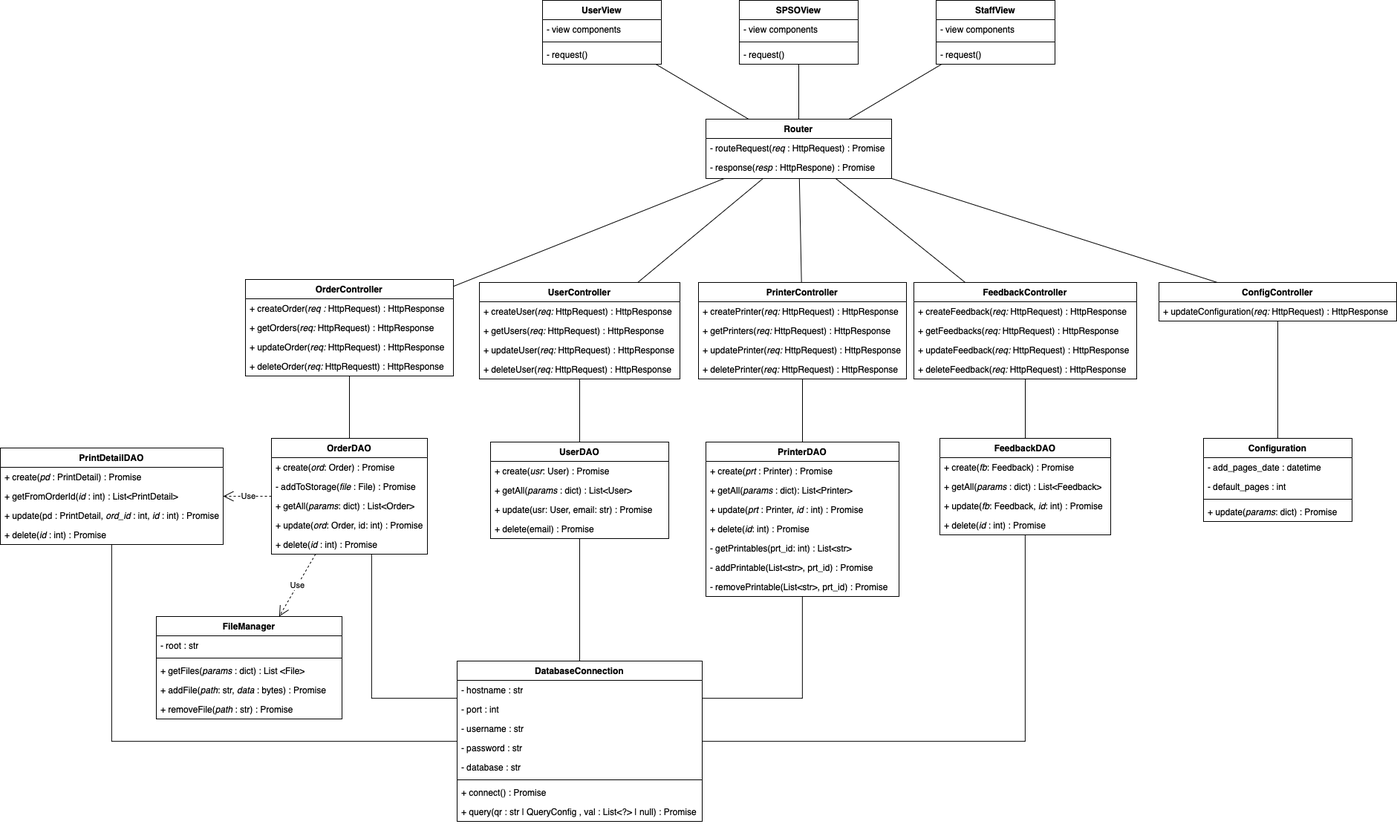
The draw.io diagram implementation-classes.drawio.png in blueonline07/test-somth, before a commit. Source tidied: cells renumbered, new cells last; positions are measured from the earlier drawing's top-left corner, leaving out a move shared by most shapes.
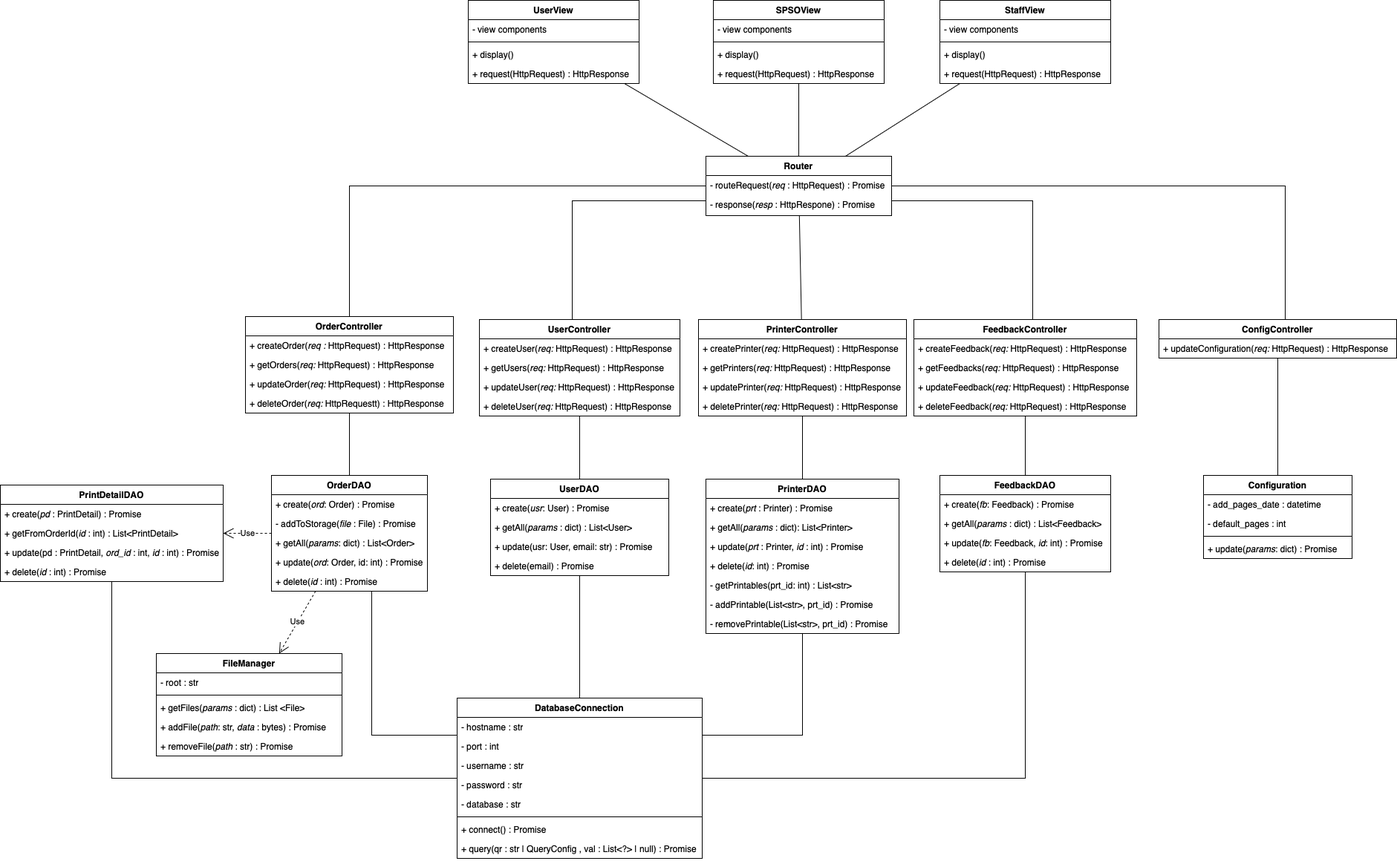
Above is the later version.

What changed in the source:
```diff
@@ -114,40 +114,49 @@
       <mxGeometry y="52" width="250" height="28" as="geometry" />
     </mxCell>
     <mxCell id="39" value="UserView" style="swimlane;fontStyle=1;align=center;verticalAlign=top;horizontal=1;startSize=26;whiteSpace=wrap;html=1;" parent="1" vertex="1">
-      <mxGeometry x="730" width="160" height="86" as="geometry" />
+      <mxGeometry x="630" y="-50" width="230" height="112" as="geometry" />
     </mxCell>
     <mxCell id="40" value="- view components" style="text;strokeColor=none;fillColor=none;align=left;verticalAlign=top;spacingLeft=4;spacingRight=4;overflow=hidden;whiteSpace=wrap;html=1;" parent="39" vertex="1">
-      <mxGeometry y="26" width="160" height="26" as="geometry" />
+      <mxGeometry y="26" width="230" height="26" as="geometry" />
     </mxCell>
     <mxCell id="41" style="line;strokeWidth=1;fillColor=none;align=left;verticalAlign=middle;spacingTop=-1;spacingLeft=3;spacingRight=3;labelPosition=right;strokeColor=inherit;" parent="39" vertex="1">
-      <mxGeometry y="52" width="160" height="8" as="geometry" />
+      <mxGeometry y="52" width="230" height="8" as="geometry" />
     </mxCell>
+    <mxCell id="108" value="+ display()" style="text;strokeColor=none;fillColor=none;align=left;verticalAlign=top;spacingLeft=4;spacingRight=4;overflow=hidden;whiteSpace=wrap;html=1;" parent="39" vertex="1">
+      <mxGeometry y="60" width="230" height="26" as="geometry" />
+    </mxCell>
-    <mxCell id="42" value="- request()" style="text;strokeColor=none;fillColor=none;align=left;verticalAlign=top;spacingLeft=4;spacingRight=4;overflow=hidden;whiteSpace=wrap;html=1;" parent="39" vertex="1">
-      <mxGeometry y="60" width="160" height="26" as="geometry" />
+    <mxCell id="42" value="+ request(HttpRequest) : HttpResponse" style="text;strokeColor=none;fillColor=none;align=left;verticalAlign=top;spacingLeft=4;spacingRight=4;overflow=hidden;whiteSpace=wrap;html=1;" parent="39" vertex="1">
+      <mxGeometry y="86" width="230" height="26" as="geometry" />
     </mxCell>
     <mxCell id="43" value="SPSOView" style="swimlane;fontStyle=1;align=center;verticalAlign=top;horizontal=1;startSize=26;whiteSpace=wrap;html=1;" parent="1" vertex="1">
-      <mxGeometry x="995" width="160" height="86" as="geometry" />
+      <mxGeometry x="960" y="-50" width="230" height="112" as="geometry" />
     </mxCell>
     <mxCell id="44" value="- view components" style="text;strokeColor=none;fillColor=none;align=left;verticalAlign=top;spacingLeft=4;spacingRight=4;overflow=hidden;whiteSpace=wrap;html=1;" parent="43" vertex="1">
-      <mxGeometry y="26" width="160" height="26" as="geometry" />
+      <mxGeometry y="26" width="230" height="26" as="geometry" />
     </mxCell>
     <mxCell id="45" style="line;strokeWidth=1;fillColor=none;align=left;verticalAlign=middle;spacingTop=-1;spacingLeft=3;spacingRight=3;labelPosition=right;strokeColor=inherit;" parent="43" vertex="1">
-      <mxGeometry y="52" width="160" height="8" as="geometry" />
+      <mxGeometry y="52" width="230" height="8" as="geometry" />
     </mxCell>
+    <mxCell id="109" value="+ display()" style="text;strokeColor=none;fillColor=none;align=left;verticalAlign=top;spacingLeft=4;spacingRight=4;overflow=hidden;whiteSpace=wrap;html=1;" parent="43" vertex="1">
+      <mxGeometry y="60" width="230" height="26" as="geometry" />
+    </mxCell>
-    <mxCell id="46" value="- request()" style="text;strokeColor=none;fillColor=none;align=left;verticalAlign=top;spacingLeft=4;spacingRight=4;overflow=hidden;whiteSpace=wrap;html=1;" parent="43" vertex="1">
-      <mxGeometry y="60" width="160" height="26" as="geometry" />
+    <mxCell id="46" value="+ request(HttpRequest) : HttpResponse" style="text;strokeColor=none;fillColor=none;align=left;verticalAlign=top;spacingLeft=4;spacingRight=4;overflow=hidden;whiteSpace=wrap;html=1;" parent="43" vertex="1">
+      <mxGeometry y="86" width="230" height="26" as="geometry" />
     </mxCell>
     <mxCell id="47" value="StaffView" style="swimlane;fontStyle=1;align=center;verticalAlign=top;horizontal=1;startSize=26;whiteSpace=wrap;html=1;" parent="1" vertex="1">
-      <mxGeometry x="1260" width="160" height="86" as="geometry" />
+      <mxGeometry x="1265" y="-50" width="230" height="112" as="geometry" />
     </mxCell>
     <mxCell id="48" value="- view components" style="text;strokeColor=none;fillColor=none;align=left;verticalAlign=top;spacingLeft=4;spacingRight=4;overflow=hidden;whiteSpace=wrap;html=1;" parent="47" vertex="1">
-      <mxGeometry y="26" width="160" height="26" as="geometry" />
+      <mxGeometry y="26" width="230" height="26" as="geometry" />
     </mxCell>
     <mxCell id="49" style="line;strokeWidth=1;fillColor=none;align=left;verticalAlign=middle;spacingTop=-1;spacingLeft=3;spacingRight=3;labelPosition=right;strokeColor=inherit;" parent="47" vertex="1">
-      <mxGeometry y="52" width="160" height="8" as="geometry" />
+      <mxGeometry y="52" width="230" height="8" as="geometry" />
     </mxCell>
+    <mxCell id="110" value="+ display()" style="text;strokeColor=none;fillColor=none;align=left;verticalAlign=top;spacingLeft=4;spacingRight=4;overflow=hidden;whiteSpace=wrap;html=1;" parent="47" vertex="1">
+      <mxGeometry y="60" width="230" height="26" as="geometry" />
+    </mxCell>
-    <mxCell id="50" value="- request()" style="text;strokeColor=none;fillColor=none;align=left;verticalAlign=top;spacingLeft=4;spacingRight=4;overflow=hidden;whiteSpace=wrap;html=1;" parent="47" vertex="1">
-      <mxGeometry y="60" width="160" height="26" as="geometry" />
+    <mxCell id="50" value="+ request(HttpRequest) : HttpResponse" style="text;strokeColor=none;fillColor=none;align=left;verticalAlign=top;spacingLeft=4;spacingRight=4;overflow=hidden;whiteSpace=wrap;html=1;" parent="47" vertex="1">
+      <mxGeometry y="86" width="230" height="26" as="geometry" />
     </mxCell>
     <mxCell id="51" value="PrintDetailDAO" style="swimlane;fontStyle=1;align=center;verticalAlign=top;horizontal=1;startSize=26;whiteSpace=wrap;html=1;" parent="1" vertex="1">
       <mxGeometry y="603" width="300" height="130" as="geometry" />
@@ -202,17 +211,29 @@
     <mxCell id="65" style="endArrow=none;html=1;rounded=0;" parent="1" edge="1" source="23" target="7">
       <mxGeometry relative="1" as="geometry" />
     </mxCell>
-    <mxCell id="66" style="endArrow=none;html=1;rounded=0;" parent="1" edge="1" source="2" target="36">
-      <mxGeometry relative="1" as="geometry" />
+    <mxCell id="66" style="endArrow=none;html=1;rounded=0;edgeStyle=orthogonalEdgeStyle;" parent="1" edge="1" source="2" target="36">
+      <mxGeometry relative="1" as="geometry">
+        <Array as="points">
+          <mxPoint x="470" y="200" />
+        </Array>
+      </mxGeometry>
     </mxCell>
-    <mxCell id="67" style="endArrow=none;html=1;rounded=0;" parent="1" edge="1" source="12" target="36">
-      <mxGeometry relative="1" as="geometry" />
+    <mxCell id="67" style="endArrow=none;html=1;rounded=0;edgeStyle=orthogonalEdgeStyle;" parent="1" edge="1" source="12" target="36">
+      <mxGeometry relative="1" as="geometry">
+        <Array as="points">
+          <mxPoint x="770" y="220" />
+        </Array>
+      </mxGeometry>
     </mxCell>
     <mxCell id="68" style="endArrow=none;html=1;rounded=0;" parent="1" edge="1" source="7" target="36">
       <mxGeometry relative="1" as="geometry" />
     </mxCell>
-    <mxCell id="69" style="endArrow=none;html=1;rounded=0;" parent="1" edge="1" source="56" target="36">
-      <mxGeometry relative="1" as="geometry" />
+    <mxCell id="69" style="endArrow=none;html=1;rounded=0;edgeStyle=orthogonalEdgeStyle;" parent="1" edge="1" source="56" target="36">
+      <mxGeometry relative="1" as="geometry">
+        <Array as="points">
+          <mxPoint x="1730" y="200" />
+        </Array>
+      </mxGeometry>
     </mxCell>
     <mxCell id="70" style="endArrow=none;html=1;rounded=0;" parent="1" edge="1" source="39" target="36">
       <mxGeometry relative="1" as="geometry" />
@@ -238,8 +259,12 @@
     <mxCell id="77" value="+ deleteFeedback(&lt;i&gt;req:&amp;nbsp;&lt;/i&gt;HttpRequest) : HttpResponse" style="text;strokeColor=none;fillColor=none;align=left;verticalAlign=top;spacingLeft=4;spacingRight=4;overflow=hidden;whiteSpace=wrap;html=1;" parent="73" vertex="1">
       <mxGeometry y="104" width="300" height="26" as="geometry" />
     </mxCell>
-    <mxCell id="78" style="endArrow=none;html=1;rounded=0;" parent="1" edge="1" source="73" target="36">
-      <mxGeometry relative="1" as="geometry" />
+    <mxCell id="78" style="endArrow=none;html=1;rounded=0;edgeStyle=orthogonalEdgeStyle;" parent="1" edge="1" source="73" target="36">
+      <mxGeometry relative="1" as="geometry">
+        <Array as="points">
+          <mxPoint x="1390" y="220" />
+        </Array>
+      </mxGeometry>
     </mxCell>
     <mxCell id="79" value="FeedbackDAO" style="swimlane;fontStyle=1;align=center;verticalAlign=top;horizontal=1;startSize=26;whiteSpace=wrap;html=1;" parent="1" vertex="1">
       <mxGeometry x="1265" y="590" width="230" height="130" as="geometry" />
```
